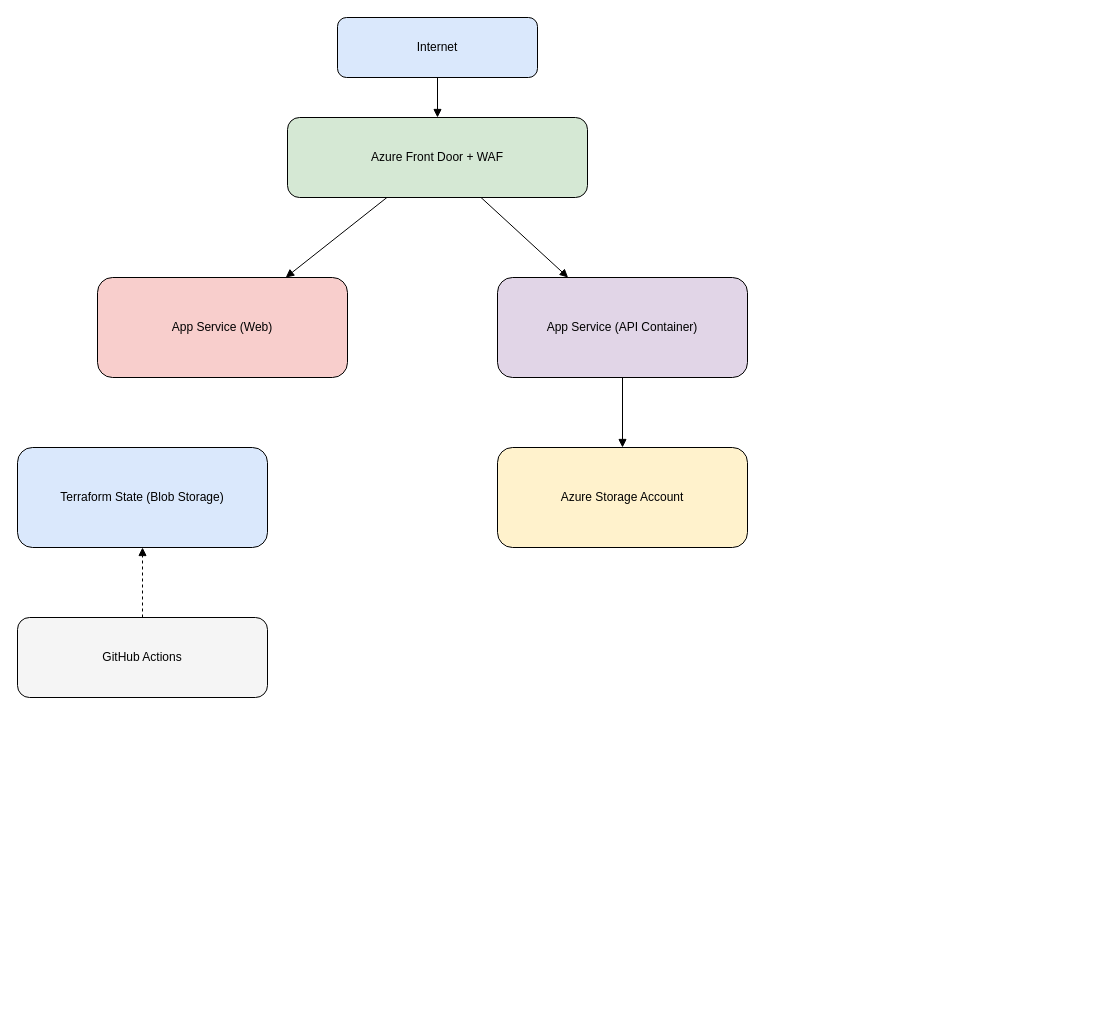
This is docs/diagram.drawio from marcustenorio/AzureAPI, a draw.io file, before an edit. Source tidied: cells renumbered, new cells numbered last; positions are measured from the earlier drawing's top-left corner, leaving out a move shared by most shapes. Both pictures are drawn from the tidied source at 100%, with x=0, y=0 at pixel (17, 17).
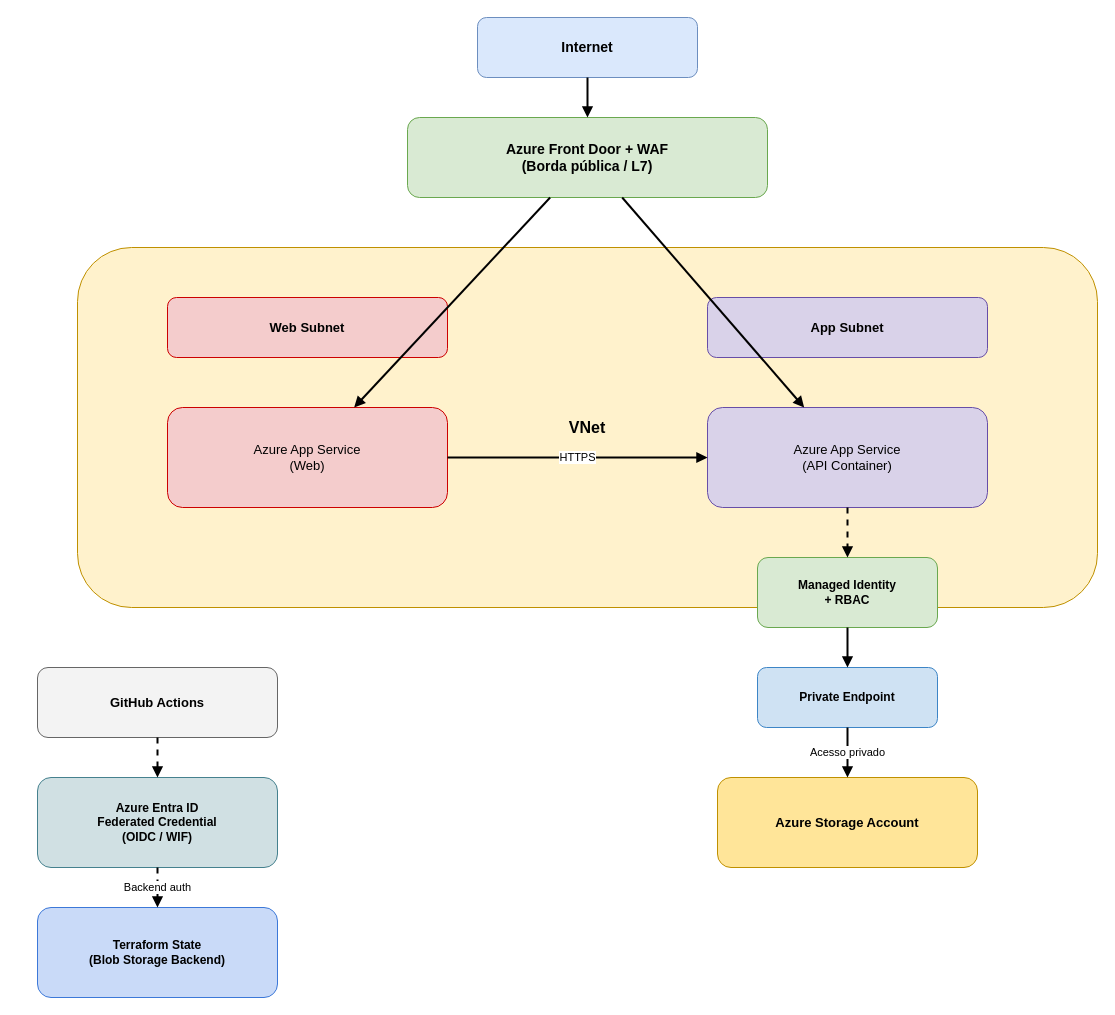
After the change.

Commit message (it also covers changes not shown here):
feat: initial architecture solution for Azure API scenario with Terraform, security rules, observability and architecture documentation

Change to the diagram source:
```diff
@@
-    <mxCell id="2" value="Internet" style="rounded=1;whiteSpace=wrap;html=1;fillColor=#dae8fc;" parent="1" vertex="1">
-      <mxGeometry x="320" width="200" height="60" as="geometry" />
+    <mxCell id="2" value="Internet" style="rounded=1;whiteSpace=wrap;html=1;fillColor=#dae8fc;strokeColor=#6c8ebf;fontSize=14;fontStyle=1;" parent="1" vertex="1">
+      <mxGeometry x="460" width="220" height="60" as="geometry" />
     </mxCell>
-    <mxCell id="3" value="Azure Front Door + WAF" style="rounded=1;whiteSpace=wrap;html=1;fillColor=#d5e8d4;" parent="1" vertex="1">
-      <mxGeometry x="270" y="100" width="300" height="80" as="geometry" />
+    <mxCell id="3" value="Azure Front Door + WAF&#10;(Borda pública / L7)" style="rounded=1;whiteSpace=wrap;html=1;fillColor=#d9ead3;strokeColor=#6aa84f;fontSize=14;fontStyle=1;" parent="1" vertex="1">
+      <mxGeometry x="390" y="100" width="360" height="80" as="geometry" />
     </mxCell>
-    <mxCell id="4" value="App Service (Web)" style="rounded=1;whiteSpace=wrap;html=1;fillColor=#f8cecc;" parent="1" vertex="1">
-      <mxGeometry x="80" y="260" width="250" height="100" as="geometry" />
-    </mxCell>
-    <mxCell id="5" value="App Service (API Container)" style="rounded=1;whiteSpace=wrap;html=1;fillColor=#e1d5e7;" parent="1" vertex="1">
-      <mxGeometry x="480" y="260" width="250" height="100" as="geometry" />
-    </mxCell>
+    <mxCell id="14" value="VNet" style="rounded=1;whiteSpace=wrap;html=1;fillColor=#fff2cc;strokeColor=#bf9000;fontSize=16;fontStyle=1;" parent="1" vertex="1">
+      <mxGeometry x="60" y="230" width="1020" height="360" as="geometry" />
+    </mxCell>
+    <mxCell id="15" value="Web Subnet" style="rounded=1;whiteSpace=wrap;html=1;fillColor=#f4cccc;strokeColor=#cc0000;fontSize=13;fontStyle=1;" parent="1" vertex="1">
+      <mxGeometry x="150" y="280" width="280" height="60" as="geometry" />
+    </mxCell>
+    <mxCell id="16" value="App Subnet" style="rounded=1;whiteSpace=wrap;html=1;fillColor=#d9d2e9;strokeColor=#674ea7;fontSize=13;fontStyle=1;" parent="1" vertex="1">
+      <mxGeometry x="690" y="280" width="280" height="60" as="geometry" />
+    </mxCell>
+    <mxCell id="17" value="Azure App Service&#10;(Web)" style="rounded=1;whiteSpace=wrap;html=1;fillColor=#f4cccc;strokeColor=#cc0000;fontSize=13;" parent="1" vertex="1">
+      <mxGeometry x="150" y="390" width="280" height="100" as="geometry" />
+    </mxCell>
+    <mxCell id="18" value="Azure App Service&#10;(API Container)" style="rounded=1;whiteSpace=wrap;html=1;fillColor=#d9d2e9;strokeColor=#674ea7;fontSize=13;" parent="1" vertex="1">
+      <mxGeometry x="690" y="390" width="280" height="100" as="geometry" />
+    </mxCell>
+    <mxCell id="19" value="Managed Identity&#10;+ RBAC" style="rounded=1;whiteSpace=wrap;html=1;fillColor=#d9ead3;strokeColor=#6aa84f;fontSize=12;fontStyle=1;" parent="1" vertex="1">
+      <mxGeometry x="740" y="540" width="180" height="70" as="geometry" />
+    </mxCell>
+    <mxCell id="20" value="Private Endpoint" style="rounded=1;whiteSpace=wrap;html=1;fillColor=#cfe2f3;strokeColor=#3d85c6;fontSize=12;fontStyle=1;" parent="1" vertex="1">
+      <mxGeometry x="740" y="650" width="180" height="60" as="geometry" />
+    </mxCell>
-    <mxCell id="6" value="Azure Storage Account" style="rounded=1;whiteSpace=wrap;html=1;fillColor=#fff2cc;" parent="1" vertex="1">
-      <mxGeometry x="480" y="430" width="250" height="100" as="geometry" />
+    <mxCell id="6" value="Azure Storage Account" style="rounded=1;whiteSpace=wrap;html=1;fillColor=#ffe599;strokeColor=#bf9000;fontSize=13;fontStyle=1;" parent="1" vertex="1">
+      <mxGeometry x="700" y="760" width="260" height="90" as="geometry" />
     </mxCell>
+    <mxCell id="8" value="GitHub Actions" style="rounded=1;whiteSpace=wrap;html=1;fillColor=#f3f3f3;strokeColor=#666666;fontSize=13;fontStyle=1;" parent="1" vertex="1">
+      <mxGeometry x="20" y="650" width="240" height="70" as="geometry" />
+    </mxCell>
+    <mxCell id="21" value="Azure Entra ID&#10;Federated Credential&#10;(OIDC / WIF)" style="rounded=1;whiteSpace=wrap;html=1;fillColor=#d0e0e3;strokeColor=#45818e;fontSize=12;fontStyle=1;" parent="1" vertex="1">
+      <mxGeometry x="20" y="760" width="240" height="90" as="geometry" />
+    </mxCell>
-    <mxCell id="7" value="Terraform State (Blob Storage)" style="rounded=1;whiteSpace=wrap;html=1;fillColor=#dae8fc;" parent="1" vertex="1">
-      <mxGeometry y="430" width="250" height="100" as="geometry" />
+    <mxCell id="7" value="Terraform State&#10;(Blob Storage Backend)" style="rounded=1;whiteSpace=wrap;html=1;fillColor=#c9daf8;strokeColor=#3c78d8;fontSize=12;fontStyle=1;" parent="1" vertex="1">
+      <mxGeometry x="20" y="890" width="240" height="90" as="geometry" />
     </mxCell>
-    <mxCell id="8" value="GitHub Actions" style="rounded=1;whiteSpace=wrap;html=1;fillColor=#f5f5f5;" parent="1" vertex="1">
-      <mxGeometry y="600" width="250" height="80" as="geometry" />
-    </mxCell>
-    <mxCell id="9" style="endArrow=block;" parent="1" edge="1" source="2" target="3">
+    <mxCell id="9" style="endArrow=block;html=1;strokeWidth=2;" parent="1" edge="1" source="2" target="3">
       <mxGeometry relative="1" as="geometry" />
     </mxCell>
-    <mxCell id="10" style="endArrow=block;" parent="1" edge="1" source="3" target="4">
+    <mxCell id="10" style="endArrow=block;html=1;strokeWidth=2;" parent="1" edge="1" source="3" target="17">
       <mxGeometry relative="1" as="geometry" />
     </mxCell>
-    <mxCell id="11" style="endArrow=block;" parent="1" edge="1" source="3" target="5">
+    <mxCell id="11" style="endArrow=block;html=1;strokeWidth=2;" parent="1" edge="1" source="3" target="18">
       <mxGeometry relative="1" as="geometry" />
     </mxCell>
-    <mxCell id="12" style="endArrow=block;" parent="1" edge="1" source="5" target="6">
+    <mxCell id="12" value="HTTPS" style="endArrow=block;html=1;strokeWidth=2;" parent="1" edge="1" source="17" target="18">
       <mxGeometry relative="1" as="geometry" />
     </mxCell>
-    <mxCell id="13" style="endArrow=block;dashed=1;" parent="1" edge="1" source="8" target="7">
+    <mxCell id="13" style="endArrow=block;html=1;strokeWidth=2;dashed=1;" parent="1" edge="1" source="18" target="19">
       <mxGeometry relative="1" as="geometry" />
     </mxCell>
+    <mxCell id="22" style="endArrow=block;html=1;strokeWidth=2;" parent="1" edge="1" source="19" target="20">
+      <mxGeometry relative="1" as="geometry" />
+    </mxCell>
+    <mxCell id="23" value="Acesso privado" style="endArrow=block;html=1;strokeWidth=2;" parent="1" edge="1" source="20" target="6">
+      <mxGeometry relative="1" as="geometry" />
+    </mxCell>
+    <mxCell id="24" style="endArrow=block;html=1;strokeWidth=2;dashed=1;" parent="1" edge="1" source="8" target="21">
+      <mxGeometry relative="1" as="geometry" />
+    </mxCell>
+    <mxCell id="25" value="Backend auth" style="endArrow=block;html=1;strokeWidth=2;dashed=1;" parent="1" edge="1" source="21" target="7">
+      <mxGeometry relative="1" as="geometry" />
+    </mxCell>
```
